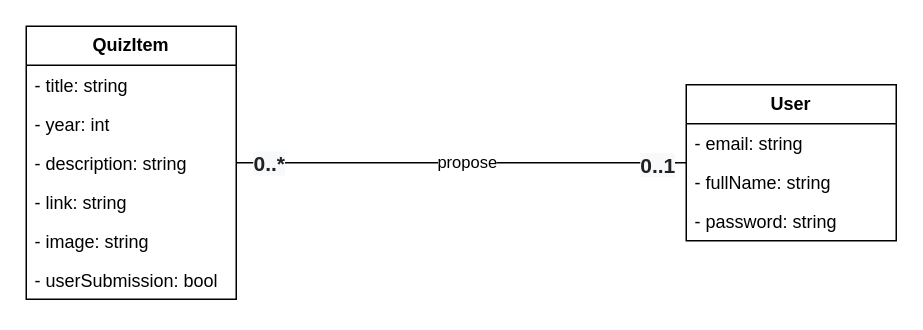
Earlier version of the draw.io diagram documentation/diagrClasse.drawio (elena-if3/Projet_Quiz_Histoire). Source tidied: cells renumbered, new cells numbered last; positions are measured from the earlier drawing's top-left corner, leaving out a move shared by most shapes. Both pictures are drawn from the tidied source at 150%, with x=0, y=0 at pixel (26, 26).
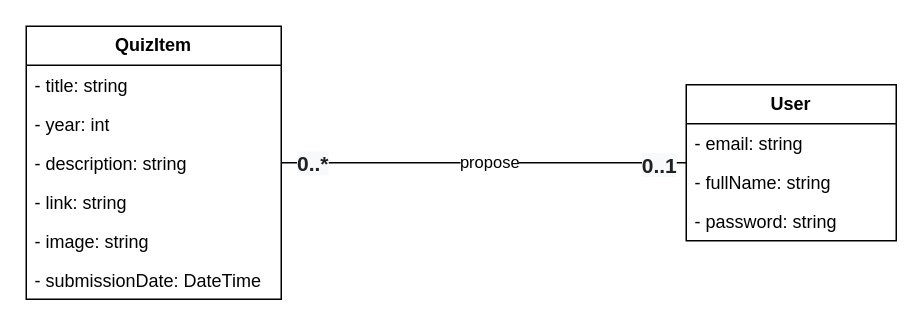
Above is the later version.

The edit, as a diff of the source:
```diff
@@
 <mxGraphModel>
   <root>
     <mxCell id="0" />
     <mxCell id="1" parent="0" />
     <mxCell id="2" value="&lt;b&gt;QuizItem&lt;/b&gt;" style="swimlane;fontStyle=0;horizontal=1;startSize=26;fillColor=none;whiteSpace=wrap;html=1;" parent="1" vertex="1">
-      <mxGeometry width="140" height="182" as="geometry" />
+      <mxGeometry width="170" height="182" as="geometry" />
     </mxCell>
     <mxCell id="3" value="- title: string" style="text;strokeColor=none;fillColor=none;align=left;verticalAlign=top;spacingLeft=4;spacingRight=4;overflow=hidden;whiteSpace=wrap;html=1;" parent="2" vertex="1">
-      <mxGeometry y="26" width="140" height="26" as="geometry" />
+      <mxGeometry y="26" width="170" height="26" as="geometry" />
     </mxCell>
     <mxCell id="4" value="- year: int" style="text;strokeColor=none;fillColor=none;align=left;verticalAlign=top;spacingLeft=4;spacingRight=4;overflow=hidden;whiteSpace=wrap;html=1;" parent="2" vertex="1">
-      <mxGeometry y="52" width="140" height="26" as="geometry" />
+      <mxGeometry y="52" width="170" height="26" as="geometry" />
     </mxCell>
     <mxCell id="5" value="- description: string" style="text;strokeColor=none;fillColor=none;align=left;verticalAlign=top;spacingLeft=4;spacingRight=4;overflow=hidden;whiteSpace=wrap;html=1;" parent="2" vertex="1">
-      <mxGeometry y="78" width="140" height="26" as="geometry" />
+      <mxGeometry y="78" width="170" height="26" as="geometry" />
     </mxCell>
     <mxCell id="6" value="- link: string" style="text;strokeColor=none;fillColor=none;align=left;verticalAlign=top;spacingLeft=4;spacingRight=4;overflow=hidden;whiteSpace=wrap;html=1;" parent="2" vertex="1">
-      <mxGeometry y="104" width="140" height="26" as="geometry" />
+      <mxGeometry y="104" width="170" height="26" as="geometry" />
     </mxCell>
     <mxCell id="7" value="- image: string" style="text;strokeColor=none;fillColor=none;align=left;verticalAlign=top;spacingLeft=4;spacingRight=4;overflow=hidden;whiteSpace=wrap;html=1;" parent="2" vertex="1">
-      <mxGeometry y="130" width="140" height="26" as="geometry" />
+      <mxGeometry y="130" width="170" height="26" as="geometry" />
     </mxCell>
-    <mxCell id="8" value="- userSubmission: bool" style="text;strokeColor=none;fillColor=none;align=left;verticalAlign=top;spacingLeft=4;spacingRight=4;overflow=hidden;whiteSpace=wrap;html=1;" parent="2" vertex="1">
-      <mxGeometry y="156" width="140" height="26" as="geometry" />
+    <mxCell id="8" value="- submissionDate: DateTime&lt;br&gt;" style="text;strokeColor=none;fillColor=none;align=left;verticalAlign=top;spacingLeft=4;spacingRight=4;overflow=hidden;whiteSpace=wrap;html=1;" parent="2" vertex="1">
+      <mxGeometry y="156" width="170" height="26" as="geometry" />
     </mxCell>
     <mxCell id="9" value="&lt;b&gt;User&lt;/b&gt;" style="swimlane;fontStyle=0;horizontal=1;startSize=26;fillColor=none;whiteSpace=wrap;html=1;" parent="1" vertex="1">
       <mxGeometry x="440" y="39" width="140" height="104" as="geometry" />
     </mxCell>
     <mxCell id="10" value="- email: string" style="text;strokeColor=none;fillColor=none;align=left;verticalAlign=top;spacingLeft=4;spacingRight=4;overflow=hidden;whiteSpace=wrap;html=1;" parent="9" vertex="1">
       <mxGeometry y="26" width="140" height="26" as="geometry" />
     </mxCell>
     <mxCell id="11" value="- fullName: string" style="text;strokeColor=none;fillColor=none;align=left;verticalAlign=top;spacingLeft=4;spacingRight=4;overflow=hidden;whiteSpace=wrap;html=1;" parent="9" vertex="1">
       <mxGeometry y="52" width="140" height="26" as="geometry" />
     </mxCell>
     <mxCell id="12" value="- password: string" style="text;strokeColor=none;fillColor=none;align=left;verticalAlign=top;spacingLeft=4;spacingRight=4;overflow=hidden;whiteSpace=wrap;html=1;" parent="9" vertex="1">
       <mxGeometry y="78" width="140" height="26" as="geometry" />
     </mxCell>
     <mxCell id="13" style="endArrow=none;html=1;rounded=0;" parent="1" edge="1" source="2" target="9">
       <mxGeometry relative="1" as="geometry" />
     </mxCell>
     <mxCell id="14" value="propose" style="edgeLabel;html=1;align=center;verticalAlign=middle;" parent="13" vertex="1">
       <mxGeometry x="0.02" y="1" relative="1" as="geometry" />
     </mxCell>
     <mxCell id="15" value="&lt;b style=&quot;color: rgb(32, 33, 34); font-family: sans-serif; font-size: 14px; background-color: rgb(248, 249, 250);&quot;&gt;0..1&lt;/b&gt;" style="edgeLabel;html=1;align=center;verticalAlign=middle;" parent="13" vertex="1">
       <mxGeometry x="0.92" y="-1" relative="1" as="geometry">
         <mxPoint x="-8" as="offset" />
       </mxGeometry>
     </mxCell>
     <mxCell id="16" value="&lt;b style=&quot;color: rgb(32, 33, 34); font-family: sans-serif; font-size: 14px; background-color: rgb(248, 249, 250);&quot;&gt;0..*&lt;/b&gt;" style="edgeLabel;html=1;align=center;verticalAlign=middle;" parent="13" vertex="1">
       <mxGeometry x="-0.92" relative="1" as="geometry">
         <mxPoint x="9" as="offset" />
       </mxGeometry>
     </mxCell>
   </root>
 </mxGraphModel>
```
